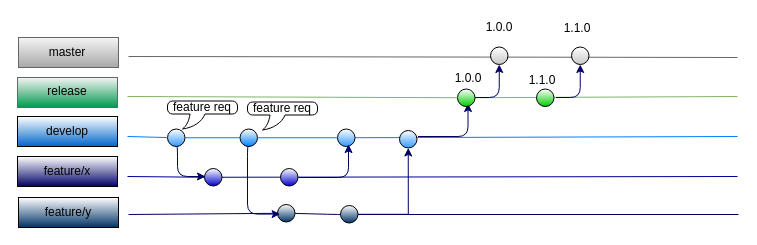
sandy03934/drawiodiagrams keeps this draw.io diagram as Feature-develop-release-master.drawio. Above is the earlier version. Source tidied: cells renumbered, new cells numbered last; positions are measured from the earlier drawing's top-left corner, leaving out a move shared by most shapes. Both pictures are drawn from the tidied source at 100%, with x=0, y=0 at pixel (17, 17).
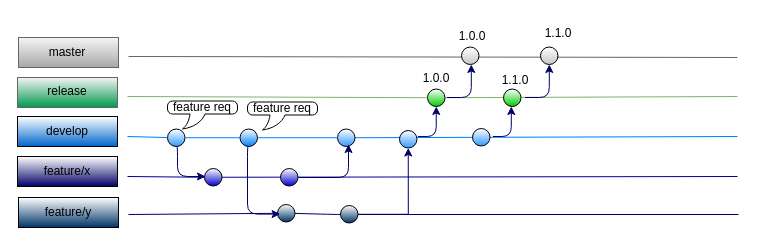
Above is the later version.

The edit, as a diff of the source:
```diff
@@
-    <mxCell id="31" style="edgeStyle=elbowEdgeStyle;elbow=vertical;endArrow=classic;html=1;strokeColor=#000066;" parent="1" edge="1">
+    <mxCell id="31" style="edgeStyle=elbowEdgeStyle;elbow=vertical;endArrow=classic;html=1;strokeColor=#000066;entryX=0.5;entryY=1;entryDx=0;entryDy=0;" parent="1" edge="1" target="32">
       <mxGeometry relative="1" as="geometry">
         <mxPoint x="400.5" y="119" as="sourcePoint" />
-        <mxPoint x="450.5" y="86" as="targetPoint" />
         <Array as="points">
           <mxPoint x="450.5" y="119" />
         </Array>
       </mxGeometry>
     </mxCell>
     <mxCell id="32" style="ellipse;whiteSpace=wrap;html=1;gradientColor=#00CC00;" parent="1" vertex="1">
-      <mxGeometry x="440" y="71.5" width="17.5" height="17.5" as="geometry" />
+      <mxGeometry x="410" y="71.5" width="17.5" height="17.5" as="geometry" />
     </mxCell>
@@
     <mxCell id="36" style="ellipse;whiteSpace=wrap;html=1;gradientColor=#C7C7C7;" parent="1" vertex="1">
-      <mxGeometry x="473" y="29.5" width="17.5" height="17.5" as="geometry" />
+      <mxGeometry x="444" y="29.5" width="17.5" height="17.5" as="geometry" />
     </mxCell>
-    <mxCell id="37" style="edgeStyle=elbowEdgeStyle;elbow=vertical;endArrow=classic;html=1;strokeColor=#000066;entryX=0.5;entryY=1;entryDx=0;entryDy=0;" parent="1" edge="1" target="36">
+    <mxCell id="37" style="edgeStyle=elbowEdgeStyle;elbow=vertical;endArrow=classic;html=1;strokeColor=#000066;entryX=0.5;entryY=1;entryDx=0;entryDy=0;" parent="1" edge="1">
       <mxGeometry relative="1" as="geometry">
-        <mxPoint x="457.5" y="80" as="sourcePoint" />
+        <mxPoint x="429.5" y="80" as="sourcePoint" />
+        <mxPoint x="453.8" y="47" as="targetPoint" />
         <Array as="points">
-          <mxPoint x="507.5" y="80" />
+          <mxPoint x="479.5" y="80" />
         </Array>
       </mxGeometry>
     </mxCell>
     <mxCell id="38" value="1.0.0" style="text;html=1;strokeColor=none;fillColor=none;align=center;verticalAlign=middle;whiteSpace=wrap;rounded=0;" parent="1" vertex="1">
-      <mxGeometry x="461.8" width="40" height="20" as="geometry" />
+      <mxGeometry x="434.8" y="9" width="40" height="20" as="geometry" />
     </mxCell>
@@
     <mxCell id="40" value="1.0.0" style="text;html=1;strokeColor=none;fillColor=none;align=center;verticalAlign=middle;whiteSpace=wrap;rounded=0;" parent="1" vertex="1">
-      <mxGeometry x="431" y="51" width="40" height="20" as="geometry" />
+      <mxGeometry x="399" y="51" width="40" height="20" as="geometry" />
     </mxCell>
@@
     <mxCell id="43" style="ellipse;whiteSpace=wrap;html=1;gradientColor=#00CC00;" parent="1" vertex="1">
-      <mxGeometry x="519" y="71.5" width="17.5" height="17.5" as="geometry" />
+      <mxGeometry x="486" y="71.5" width="17.5" height="17.5" as="geometry" />
     </mxCell>
     <mxCell id="44" value="1.1.0" style="text;html=1;strokeColor=none;fillColor=none;align=center;verticalAlign=middle;whiteSpace=wrap;rounded=0;" parent="1" vertex="1">
-      <mxGeometry x="505" y="53" width="40" height="20" as="geometry" />
+      <mxGeometry x="478" y="53" width="40" height="20" as="geometry" />
     </mxCell>
     <mxCell id="45" style="ellipse;whiteSpace=wrap;html=1;gradientColor=#C7C7C7;" parent="1" vertex="1">
-      <mxGeometry x="554" y="29.5" width="17.5" height="17.5" as="geometry" />
+      <mxGeometry x="523" y="29.5" width="17.5" height="17.5" as="geometry" />
     </mxCell>
-    <mxCell id="46" style="edgeStyle=elbowEdgeStyle;elbow=vertical;endArrow=classic;html=1;strokeColor=#000066;entryX=0.5;entryY=1;entryDx=0;entryDy=0;" parent="1" edge="1" target="45">
+    <mxCell id="46" style="edgeStyle=elbowEdgeStyle;elbow=vertical;endArrow=classic;html=1;strokeColor=#000066;entryX=0.5;entryY=1;entryDx=0;entryDy=0;" parent="1" edge="1">
       <mxGeometry relative="1" as="geometry">
-        <mxPoint x="538.5" y="80" as="sourcePoint" />
+        <mxPoint x="507.5" y="80" as="sourcePoint" />
+        <mxPoint x="531.8" y="47" as="targetPoint" />
         <Array as="points">
-          <mxPoint x="588.5" y="80" />
+          <mxPoint x="557.5" y="80" />
         </Array>
       </mxGeometry>
     </mxCell>
     <mxCell id="47" value="1.1.0" style="text;html=1;strokeColor=none;fillColor=none;align=center;verticalAlign=middle;whiteSpace=wrap;rounded=0;" parent="1" vertex="1">
-      <mxGeometry x="539.8" y="1" width="40" height="20" as="geometry" />
+      <mxGeometry x="520.8" y="6" width="40" height="20" as="geometry" />
     </mxCell>
+    <mxCell id="48" style="ellipse;whiteSpace=wrap;html=1;gradientColor=#3399FF;" parent="1" vertex="1">
+      <mxGeometry x="455" y="111" width="17.5" height="17.5" as="geometry" />
+    </mxCell>
+    <mxCell id="49" style="edgeStyle=elbowEdgeStyle;elbow=vertical;endArrow=classic;html=1;strokeColor=#000066;entryX=0.5;entryY=1;entryDx=0;entryDy=0;" parent="1" edge="1">
+      <mxGeometry relative="1" as="geometry">
+        <mxPoint x="475.5" y="119" as="sourcePoint" />
+        <mxPoint x="493.8" y="89" as="targetPoint" />
+        <Array as="points">
+          <mxPoint x="525.5" y="119" />
+        </Array>
+      </mxGeometry>
+    </mxCell>
```
